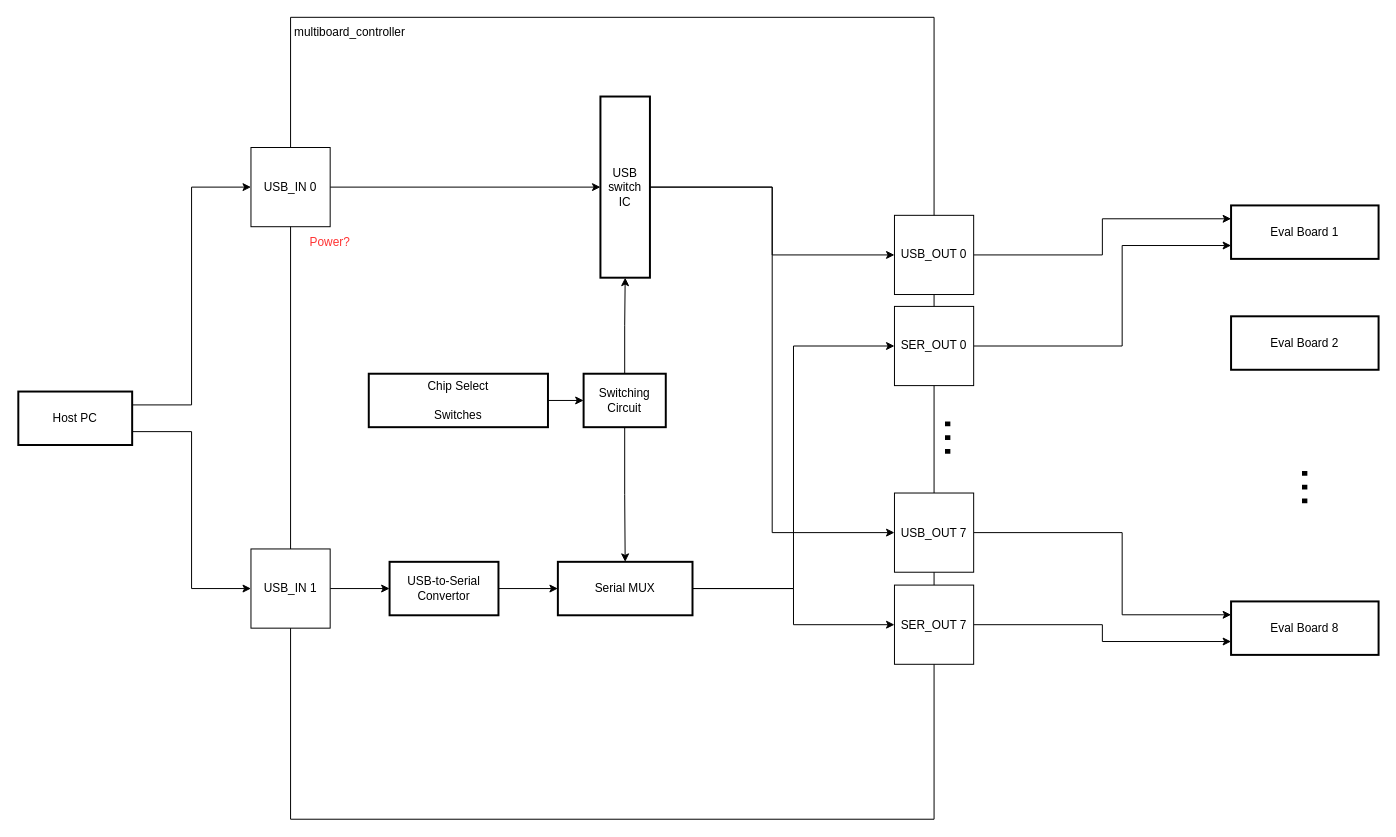
eridgraves/multiboard_controller keeps this draw.io diagram as docs/multiboard-controller-blockdiagram.drawio. Above is the earlier version. Source tidied: cells renumbered, new cells numbered last; positions are measured from the earlier drawing's top-left corner, leaving out a move shared by most shapes. Both pictures are drawn from the tidied source at 99%, with x=0, y=0 at pixel (18, 17).
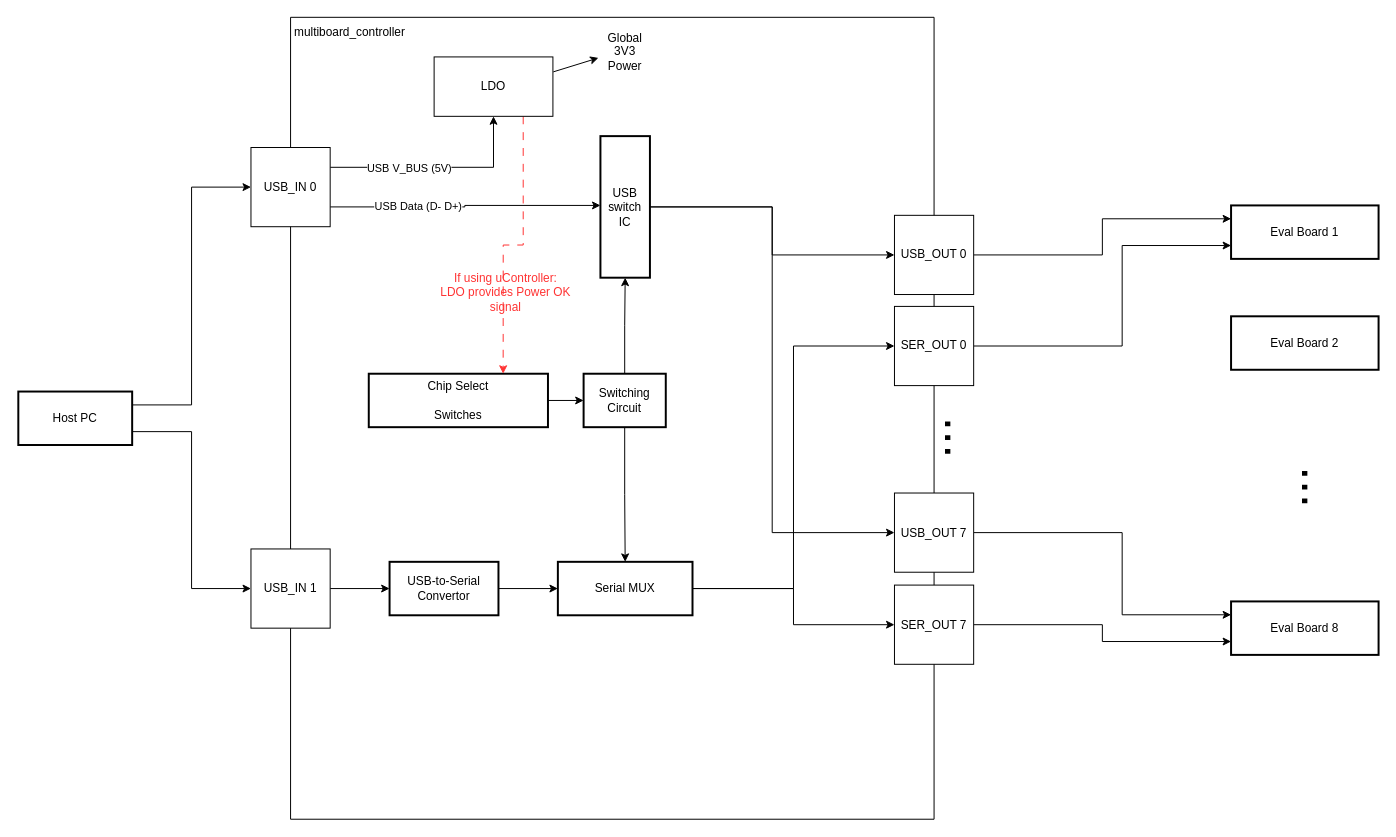
After the change.

Commit message (it also covers changes not shown here):
Adding USB Connector for Power and Data

Unchanged cells that the change refers to:
```xml
<mxCell id="9" style="swimlane;startSize=0;" parent="1" vertex="1">
  <mxGeometry x="275" width="650" height="810" as="geometry" />
</mxCell>
<mxCell id="16" value="USB_IN 0" style="whiteSpace=wrap;html=1;" parent="9" vertex="1">
  <mxGeometry x="-40" y="131.5" width="80" height="80" as="geometry" />
</mxCell>
<mxCell id="18" value="Chip Select&#10;&#10;Switches" style="whiteSpace=wrap;strokeWidth=2;" parent="9" vertex="1">
  <mxGeometry x="79" y="360" width="181" height="54" as="geometry" />
</mxCell>
```

Diff of the diagram source:
```diff
@@
     <mxCell id="10" value="USB switch IC" style="whiteSpace=wrap;strokeWidth=2;" parent="9" vertex="1">
-      <mxGeometry x="313" y="80" width="50" height="183" as="geometry" />
+      <mxGeometry x="313" y="120" width="50" height="143" as="geometry" />
     </mxCell>
@@
-    <mxCell id="15" style="edgeStyle=orthogonalEdgeStyle;rounded=0;jettySize=auto;html=1;exitX=1;exitY=0.5;exitDx=0;exitDy=0;" parent="9" edge="1" source="16" target="10">
-      <mxGeometry relative="1" as="geometry" />
+    <mxCell id="15" style="edgeStyle=orthogonalEdgeStyle;rounded=0;jettySize=auto;html=1;exitX=1;exitY=0.75;exitDx=0;exitDy=0;" parent="9" edge="1" source="16" target="10">
+      <mxGeometry relative="1" as="geometry">
+        <Array as="points">
+          <mxPoint x="176" y="191" />
+          <mxPoint x="176" y="190" />
+        </Array>
+      </mxGeometry>
     </mxCell>
+    <mxCell id="38" value="USB Data (D- D+)" style="edgeLabel;html=1;align=center;verticalAlign=middle;" parent="15" vertex="1">
+      <mxGeometry x="-0.36" y="1" relative="1" as="geometry" />
+    </mxCell>
+    <mxCell id="39" style="edgeStyle=orthogonalEdgeStyle;rounded=0;jettySize=auto;html=1;exitX=1;exitY=0.25;exitDx=0;exitDy=0;entryX=0.5;entryY=1;entryDx=0;entryDy=0;" parent="9" edge="1" source="16" target="42">
+      <mxGeometry relative="1" as="geometry" />
+    </mxCell>
+    <mxCell id="40" value="USB V_BUS (5V)" style="edgeLabel;html=1;align=center;verticalAlign=middle;" parent="39" vertex="1">
+      <mxGeometry x="-0.27" y="-1" relative="1" as="geometry" />
+    </mxCell>
@@
-    <mxCell id="20" value="Power?" style="text;html=1;align=center;verticalAlign=middle;whiteSpace=wrap;rounded=0;fontColor=#FF3333;" parent="9" vertex="1">
-      <mxGeometry x="10" y="211.5" width="60" height="30" as="geometry" />
-    </mxCell>
@@
+    <mxCell id="41" style="edgeStyle=orthogonalEdgeStyle;rounded=0;jettySize=auto;html=1;exitX=0.75;exitY=1;exitDx=0;exitDy=0;entryX=0.75;entryY=0;entryDx=0;entryDy=0;dashed=1;dashPattern=8 8;fontColor=#FF3333;strokeColor=#FF3333;" parent="9" edge="1" source="42" target="18">
+      <mxGeometry relative="1" as="geometry" />
+    </mxCell>
+    <mxCell id="42" value="LDO" style="rounded=0;whiteSpace=wrap;html=1;" parent="9" vertex="1">
+      <mxGeometry x="145" y="40" width="120" height="60" as="geometry" />
+    </mxCell>
+    <mxCell id="43" style="endArrow=classic;html=1;rounded=0;exitX=0.453;exitY=0.005;exitDx=0;exitDy=0;exitPerimeter=0;" parent="9" edge="1">
+      <mxGeometry relative="1" as="geometry">
+        <mxPoint x="265.4" y="55.1" as="sourcePoint" />
+        <mxPoint x="311" y="41" as="targetPoint" />
+      </mxGeometry>
+    </mxCell>
+    <mxCell id="44" value="Global 3V3 Power" style="text;html=1;align=center;verticalAlign=middle;whiteSpace=wrap;rounded=0;" parent="9" vertex="1">
+      <mxGeometry x="307.5" y="20" width="60" height="30" as="geometry" />
+    </mxCell>
+    <mxCell id="45" value="If using uController:&lt;div&gt;LDO provides Power OK signal&lt;/div&gt;" style="text;html=1;align=center;verticalAlign=middle;whiteSpace=wrap;rounded=0;fontColor=#FF3333;" parent="9" vertex="1">
+      <mxGeometry x="140" y="263" width="155" height="30" as="geometry" />
+    </mxCell>
```
